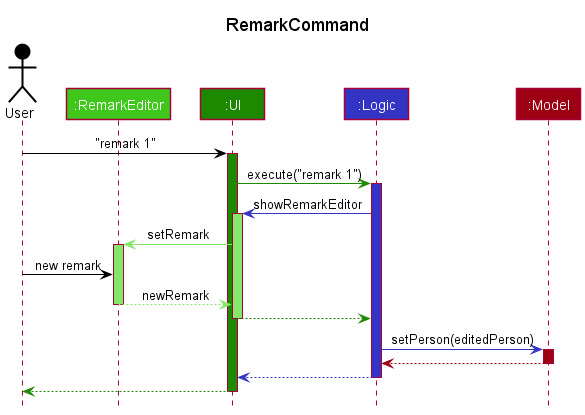
The PlantUML diagram docs/images/RemarkCommandSequenceDiagram.png in nus-cs2103-AY2122S1/tp, before a commit.
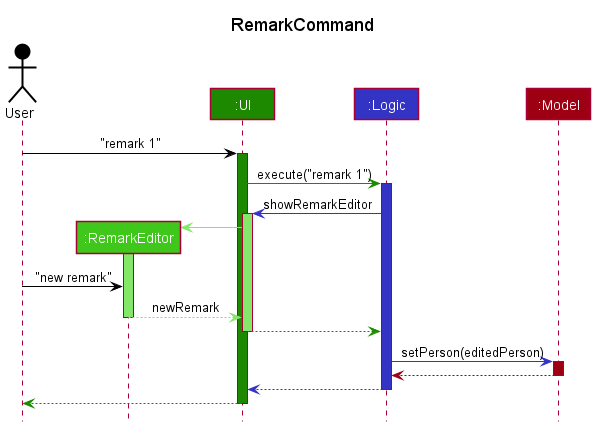
After the commit.

Commit message:
Update Developer Guide

The sequence diagram for RemarkCommand is updated.

The edit, as a diff of the source:
```diff
@@ -19,10 +19,11 @@
 logic -[LOGIC_COLOR]> ui : showRemarkEditor
 activate ui UI_COLOR_T1
 
-ui -[UI_COLOR_T1]> editor : setRemark
+create editor
+ui -[UI_COLOR_T1]> editor
 activate editor UI_COLOR_T1
 
-user -[USER_COLOR]>editor : new remark
+user -[USER_COLOR]>editor : "new remark"
 editor -[UI_COLOR_T1]-> ui : newRemark
 deactivate editor
 
```
